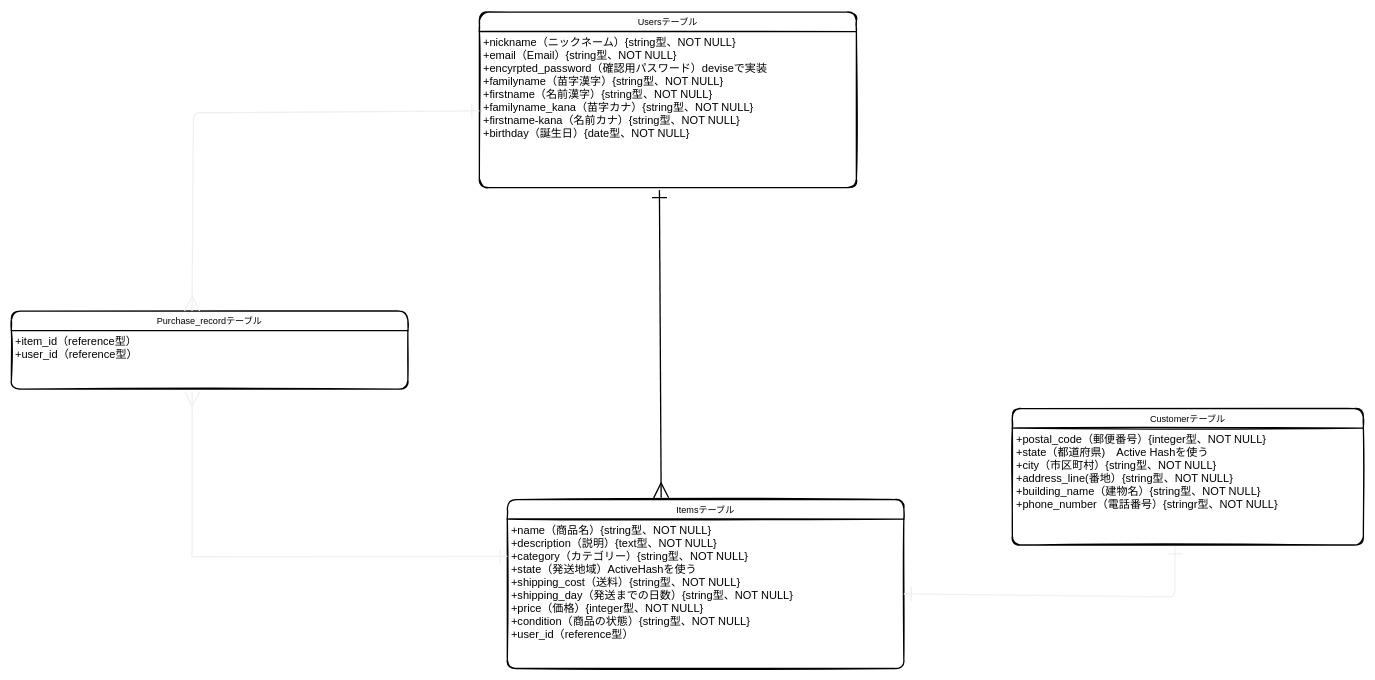
Above: page "ページ1" (1 of 2) of app/furuma.dio in morioka1206/furima-9916 (draw.io), before the change. Source tidied: cells renumbered, new cells numbered last; positions are measured from the earlier drawing's top-left corner, leaving out a move shared by most shapes. Both pictures are drawn from the tidied source at 65%, with x=0, y=0 at pixel (11, 12).
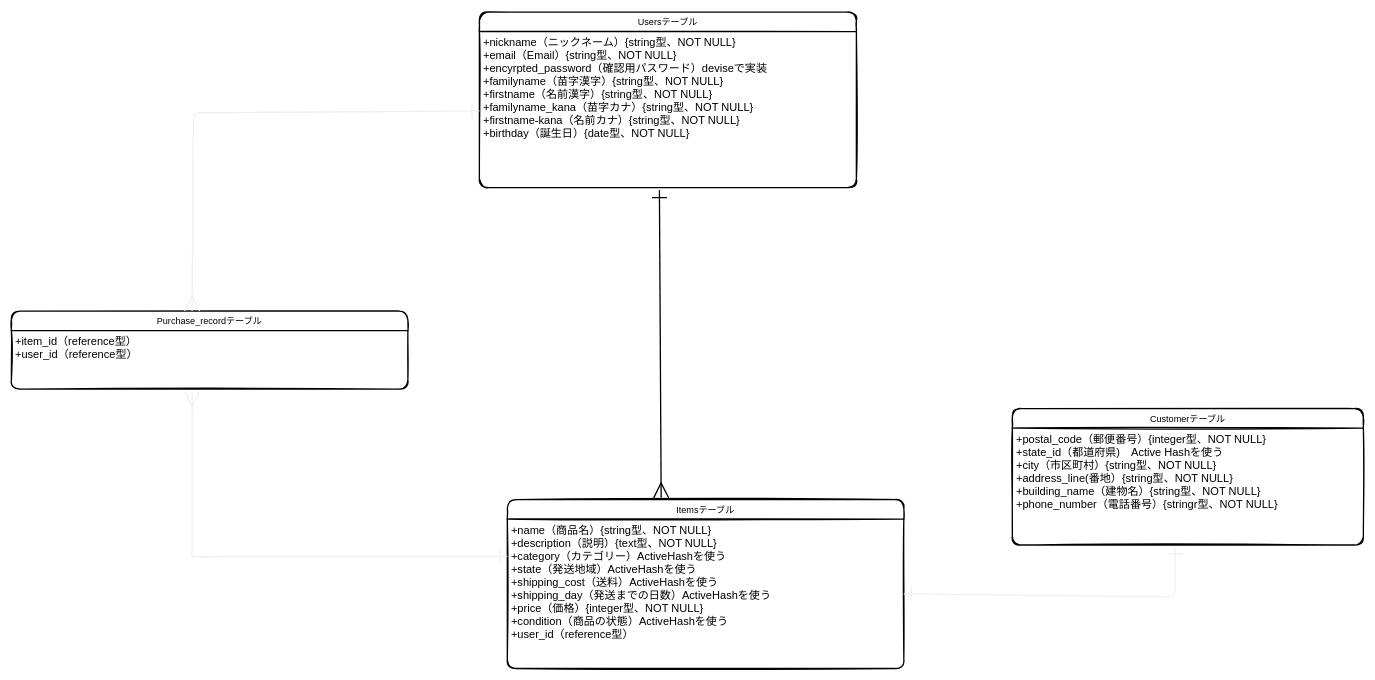
The same diagram, later.

Commit message:
データーベース4

What changed in the source:
```diff
@@
 <mxGraphModel>
   <root>
     <mxCell id="0" />
     <mxCell id="1" parent="0" />
     <mxCell id="2" value="Usersテーブル" style="swimlane;horizontal=1;startSize=30;rounded=1;fontSize=14;fontStyle=0;strokeWidth=2;shadow=0;dashed=0;align=center;sketch=1;" parent="1" vertex="1">
       <mxGeometry x="720" width="580" height="270" as="geometry" />
     </mxCell>
     <mxCell id="3" value="+nickname（ニックネーム）{string型、NOT NULL}&#10;+email（Email）{string型、NOT NULL}&#10;+encyrpted_password（確認用パスワード）deviseで実装&#10;+familyname（苗字漢字）{string型、NOT NULL}&#10;+firstname（名前漢字）{string型、NOT NULL}&#10;+familyname_kana（苗字カナ）{string型、NOT NULL}&#10;+firstname-kana（名前カナ）{string型、NOT NULL}&#10;+birthday（誕生日）{date型、NOT NULL}" style="align=left;strokeColor=none;fillColor=none;spacingLeft=4;fontSize=17;verticalAlign=top;sketch=1;fontFamily=Helvetica;" parent="2" vertex="1">
       <mxGeometry y="30" width="580" height="240" as="geometry" />
     </mxCell>
     <mxCell id="4" value="Customerテーブル" style="swimlane;horizontal=1;startSize=30;rounded=1;fontSize=14;fontStyle=0;strokeWidth=2;shadow=0;dashed=0;align=center;sketch=1;" parent="1" vertex="1">
       <mxGeometry x="1540" y="610" width="540" height="210" as="geometry" />
     </mxCell>
-    <mxCell id="5" value="+postal_code（郵便番号）{integer型、NOT NULL}&#10;+state（都道府県)　Active Hashを使う&#10;+city（市区町村）{string型、NOT NULL}&#10;+address_line(番地）{string型、NOT NULL}&#10;+building_name（建物名）{string型、NOT NULL}&#10;+phone_number（電話番号）{stringr型、NOT NULL}&#10;" style="align=left;strokeColor=none;fillColor=none;spacingLeft=4;fontSize=17;verticalAlign=top;sketch=1;" parent="4" vertex="1">
+    <mxCell id="5" value="+postal_code（郵便番号）{integer型、NOT NULL}&#10;+state_id（都道府県)　Active Hashを使う&#10;+city（市区町村）{string型、NOT NULL}&#10;+address_line(番地）{string型、NOT NULL}&#10;+building_name（建物名）{string型、NOT NULL}&#10;+phone_number（電話番号）{stringr型、NOT NULL}&#10;" style="align=left;strokeColor=none;fillColor=none;spacingLeft=4;fontSize=17;verticalAlign=top;sketch=1;" parent="4" vertex="1">
       <mxGeometry y="30" width="540" height="180" as="geometry" />
     </mxCell>
     <mxCell id="6" value="Itemsテーブル" style="swimlane;horizontal=1;startSize=30;rounded=1;fontSize=14;fontStyle=0;strokeWidth=2;shadow=0;dashed=0;align=center;sketch=1;" parent="1" vertex="1">
       <mxGeometry x="763" y="750" width="610" height="260" as="geometry" />
     </mxCell>
-    <mxCell id="7" value="+name（商品名）{string型、NOT NULL}&#10;+description（説明）{text型、NOT NULL}&#10;+category（カテゴリー）{string型、NOT NULL}&#10;+state（発送地域）ActiveHashを使う&#10;+shipping_cost（送料）{string型、NOT NULL}&#10;+shipping_day（発送までの日数）{string型、NOT NULL}&#10;+price（価格）{integer型、NOT NULL}&#10;+condition（商品の状態）{string型、NOT NULL}&#10;+user_id（reference型）" style="align=left;strokeColor=none;fillColor=none;spacingLeft=4;fontSize=17;verticalAlign=top;sketch=1;" parent="6" vertex="1">
+    <mxCell id="7" value="+name（商品名）{string型、NOT NULL}&#10;+description（説明）{text型、NOT NULL}&#10;+category（カテゴリー）ActiveHashを使う&#10;+state（発送地域）ActiveHashを使う&#10;+shipping_cost（送料）ActiveHashを使う&#10;+shipping_day（発送までの日数）ActiveHashを使う&#10;+price（価格）{integer型、NOT NULL}&#10;+condition（商品の状態）ActiveHashを使う&#10;+user_id（reference型）" style="align=left;strokeColor=none;fillColor=none;spacingLeft=4;fontSize=17;verticalAlign=top;sketch=1;" parent="6" vertex="1">
       <mxGeometry y="30" width="610" height="230" as="geometry" />
     </mxCell>
     <mxCell id="8" style="rounded=0;sketch=0;jumpSize=4;jettySize=auto;html=1;entryX=0.388;entryY=-0.01;entryDx=0;entryDy=0;entryPerimeter=0;startArrow=ERone;startFill=0;targetPerimeterSpacing=0;strokeWidth=2;endArrow=ERmany;endFill=0;endSize=20;startSize=20;" parent="1" edge="1" target="6">
       <mxGeometry relative="1" as="geometry">
         <mxPoint x="997" y="274" as="sourcePoint" />
       </mxGeometry>
     </mxCell>
     <mxCell id="9" style="edgeStyle=none;rounded=1;sketch=0;jumpSize=4;jettySize=auto;html=1;exitX=1;exitY=0.5;exitDx=0;exitDy=0;startArrow=ERone;startFill=0;startSize=20;endArrow=ERone;endFill=0;endSize=20;targetPerimeterSpacing=0;strokeColor=#f0f0f0;strokeWidth=2;entryX=0.463;entryY=1.011;entryDx=0;entryDy=0;entryPerimeter=0;" parent="1" edge="1" source="7" target="5">
       <mxGeometry relative="1" as="geometry">
         <Array as="points">
           <mxPoint x="1790" y="900" />
         </Array>
       </mxGeometry>
     </mxCell>
     <mxCell id="10" value="Purchase_recordテーブル" style="swimlane;horizontal=1;startSize=30;rounded=1;fontSize=14;fontStyle=0;strokeWidth=2;shadow=0;dashed=0;align=center;sketch=1;" parent="1" vertex="1">
       <mxGeometry y="460" width="610" height="120" as="geometry" />
     </mxCell>
     <mxCell id="11" value="+item_id（reference型）&#10;+user_id（reference型）" style="align=left;strokeColor=none;fillColor=none;spacingLeft=4;fontSize=17;verticalAlign=top;sketch=1;" parent="10" vertex="1">
       <mxGeometry y="30" width="610" height="90" as="geometry" />
     </mxCell>
     <mxCell id="12" style="edgeStyle=none;rounded=1;sketch=0;jumpSize=4;jettySize=auto;html=1;startArrow=ERone;startFill=0;startSize=20;endArrow=ERmany;endFill=0;endSize=20;targetPerimeterSpacing=0;strokeColor=#f0f0f0;strokeWidth=2;fontSize=17;" parent="1" edge="1" source="3">
       <mxGeometry relative="1" as="geometry">
         <mxPoint x="278" y="460" as="targetPoint" />
         <Array as="points">
           <mxPoint x="310" y="155" />
           <mxPoint x="280" y="155" />
         </Array>
       </mxGeometry>
     </mxCell>
     <mxCell id="13" style="edgeStyle=none;rounded=0;sketch=0;jumpSize=4;jettySize=auto;html=1;startArrow=ERmany;startFill=0;startSize=20;endArrow=ERone;endFill=0;endSize=20;targetPerimeterSpacing=0;strokeColor=#f0f0f0;strokeWidth=2;fontSize=17;entryX=0;entryY=0.25;entryDx=0;entryDy=0;exitX=0.456;exitY=1.044;exitDx=0;exitDy=0;exitPerimeter=0;" parent="1" edge="1" source="11" target="7">
       <mxGeometry relative="1" as="geometry">
         <Array as="points">
           <mxPoint x="278" y="838" />
         </Array>
       </mxGeometry>
     </mxCell>
   </root>
 </mxGraphModel>
```
